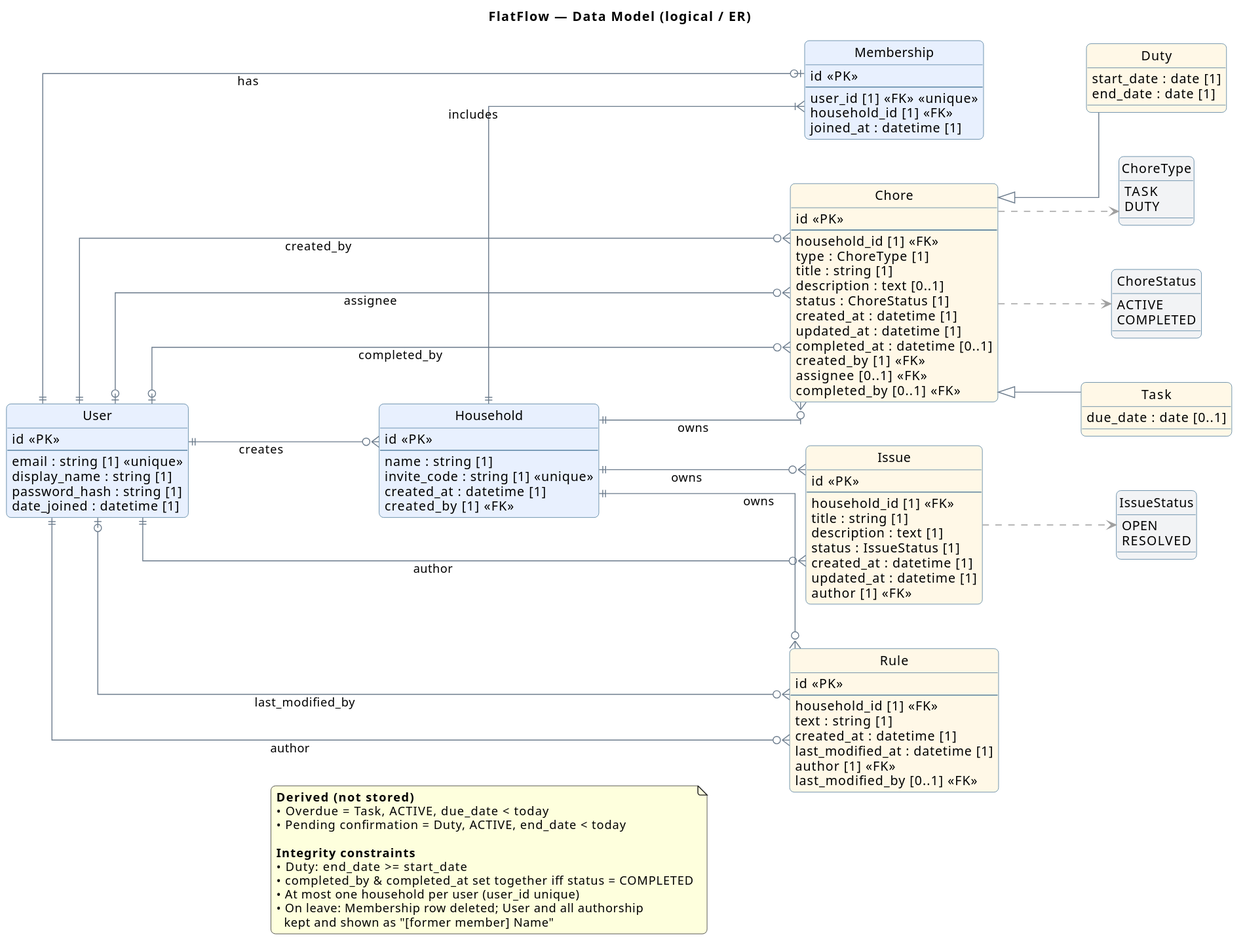
anastasiaaq/FlatFlow keeps this PlantUML diagram as docs/architecture/uml/domain-model.svg. Above is the earlier version.
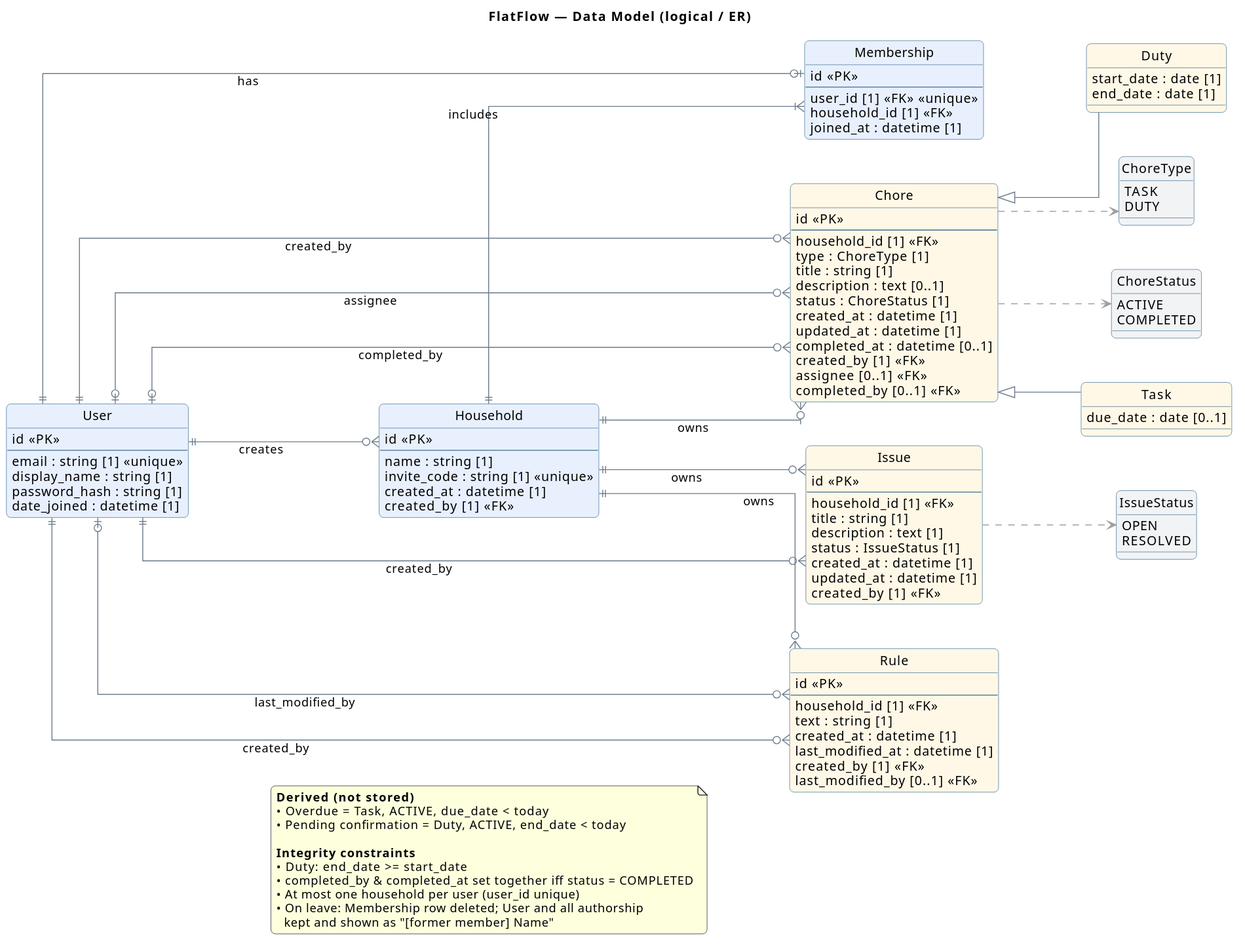
The same diagram one commit later.

Commit message:
fix(#34): standardize authorship FKs to created_by (#46)

Diff of the diagram source:
```diff
@@ -77,7 +77,7 @@
   status : IssueStatus [1]
   created_at : datetime [1]
   updated_at : datetime [1]
-  author [1] <<FK>>
+  created_by [1] <<FK>>
 }
 
 entity Rule #FFF8E7 {
@@ -87,7 +87,7 @@
   text : string [1]
   created_at : datetime [1]
   last_modified_at : datetime [1]
-  author [1] <<FK>>
+  created_by [1] <<FK>>
   last_modified_by [0..1] <<FK>>
 }
 
@@ -121,8 +121,8 @@
 User ||--o{ Chore : created_by
 User |o--o{ Chore : assignee
 User |o--o{ Chore : completed_by
-User ||--o{ Issue : author
-User ||--o{ Rule  : author
+User ||--o{ Issue : created_by
+User ||--o{ Rule  : created_by
 User |o--o{ Rule  : last_modified_by
 
 note as N_RULES
```
